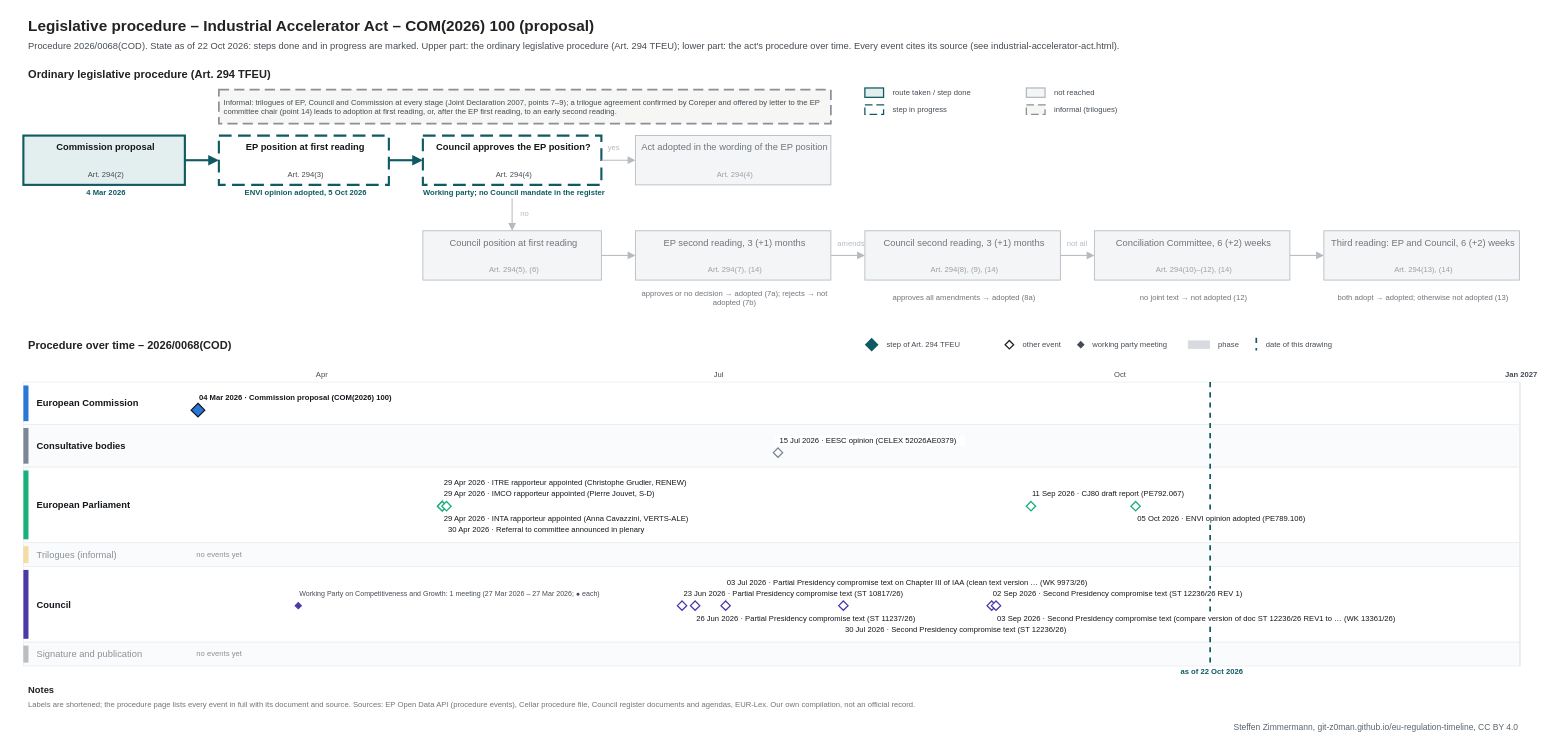
Above: procedures/industrial-accelerator-act.drawio in git-z0man/eu-regulation-timeline (draw.io), before the change. Source tidied: cells renumbered, new cells numbered last; positions are measured from the earlier drawing's top-left corner, leaving out a move shared by most shapes. Both pictures are drawn from the tidied source at 85%, with x=0, y=0 at pixel (14, 14).
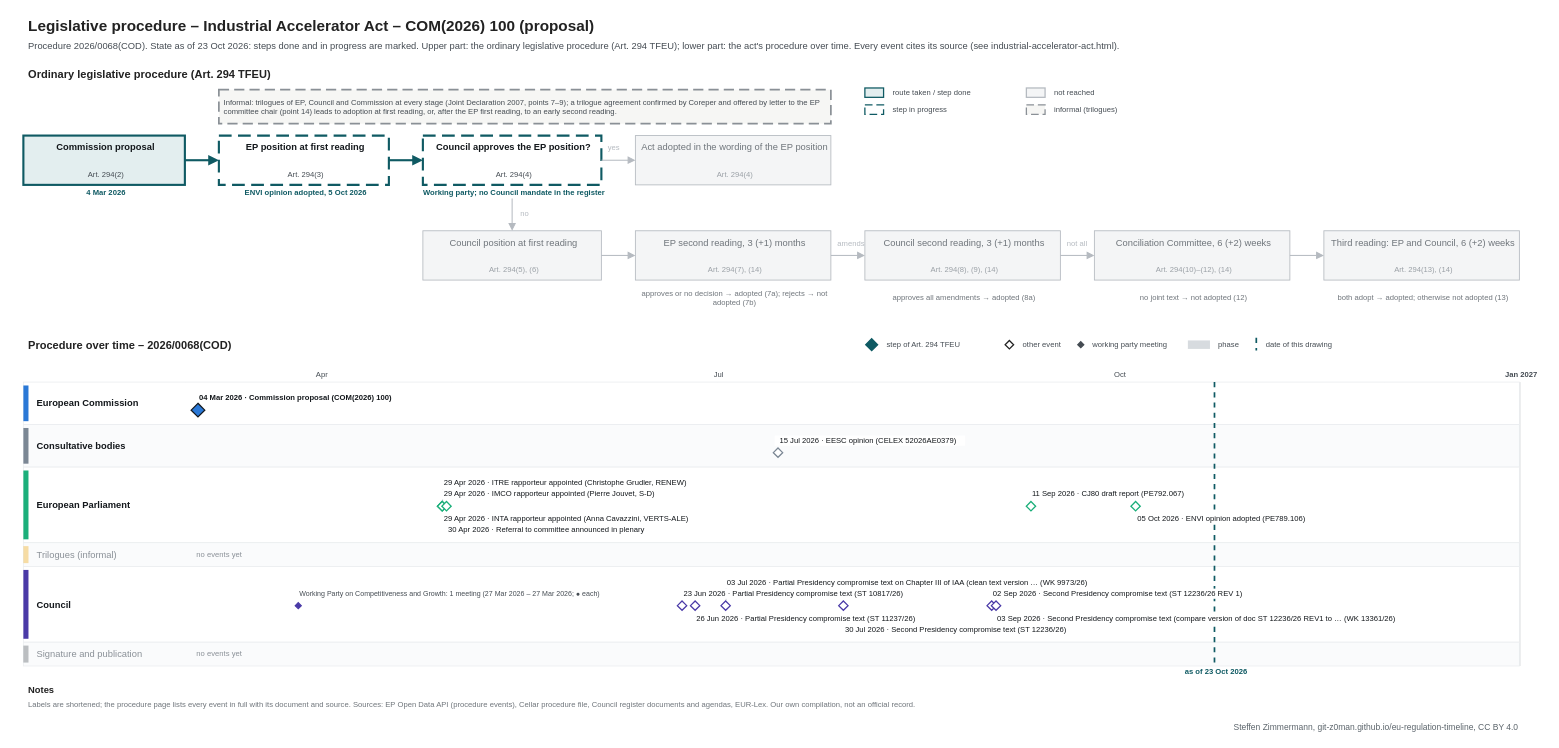
The same page after the edit.

Diff of the diagram source:
```diff
@@
-    <mxCell id="3" value="Procedure 2026/0068(COD). State as of 22 Oct 2026: steps done and in progress are marked. Upper part: the ordinary legislative procedure (Art. 294 TFEU); lower part: the act's procedure over time. Every event cites its source (see industrial-accelerator-act.html)." style="text;html=1;fontSize=11;fontColor=#454c53;align=left;verticalAlign=middle;spacingLeft=4;" parent="1" vertex="1">
+    <mxCell id="3" value="Procedure 2026/0068(COD). State as of 23 Oct 2026: steps done and in progress are marked. Upper part: the ordinary legislative procedure (Art. 294 TFEU); lower part: the act's procedure over time. Every event cites its source (see industrial-accelerator-act.html)." style="text;html=1;fontSize=11;fontColor=#454c53;align=left;verticalAlign=middle;spacingLeft=4;" parent="1" vertex="1">
       <mxGeometry x="10" y="28" width="1700" height="18" as="geometry" />
     </mxCell>
@@
     <mxCell id="107" style="line;html=1;strokeWidth=2;strokeColor=#0f5a63;direction=south;dashed=1;" parent="1" vertex="1">
-      <mxGeometry x="1405.7" y="432" width="1" height="334" as="geometry" />
+      <mxGeometry x="1410.8" y="432" width="1" height="334" as="geometry" />
     </mxCell>
-    <mxCell id="108" value="as of 22 Oct 2026" style="text;html=1;fontSize=9;fontColor=#0f5a63;align=center;verticalAlign=middle;spacingLeft=4;fontStyle=1;" parent="1" vertex="1">
-      <mxGeometry x="1345.7" y="767" width="120" height="12" as="geometry" />
+    <mxCell id="108" value="as of 23 Oct 2026" style="text;html=1;fontSize=9;fontColor=#0f5a63;align=center;verticalAlign=middle;spacingLeft=4;fontStyle=1;" parent="1" vertex="1">
+      <mxGeometry x="1350.8" y="767" width="120" height="12" as="geometry" />
     </mxCell>
```
